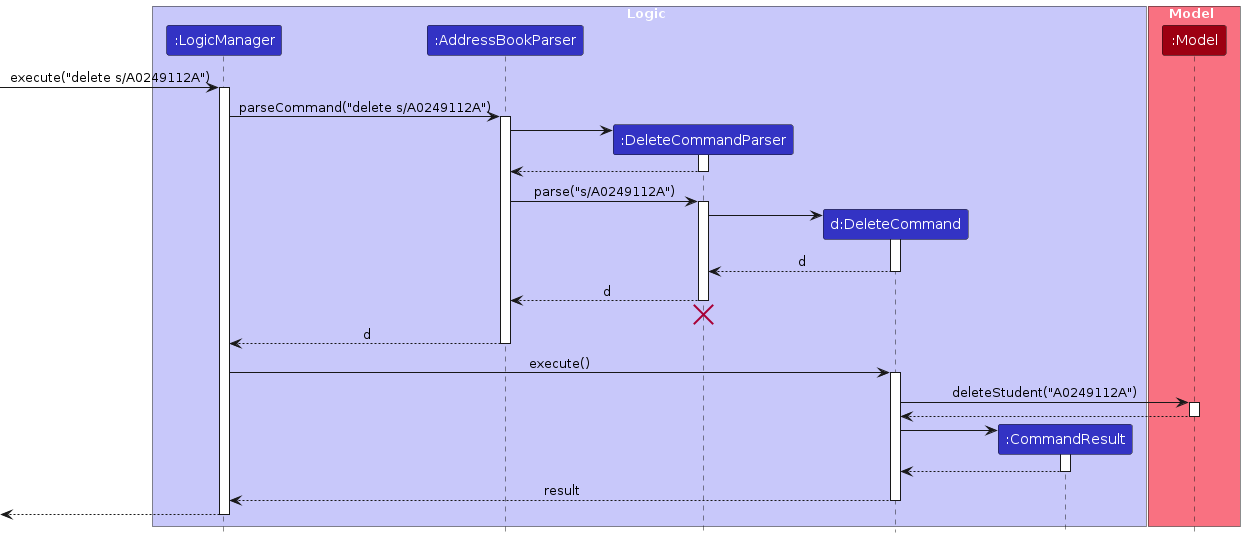
This is diagrams/DeleteSequenceDiagram.png from AY2324S1-CS2103T-T11-1/tp, a PlantUML export, as it was before one commit. Its source is kept beside it as diagrams/DeleteSequenceDiagram.puml.
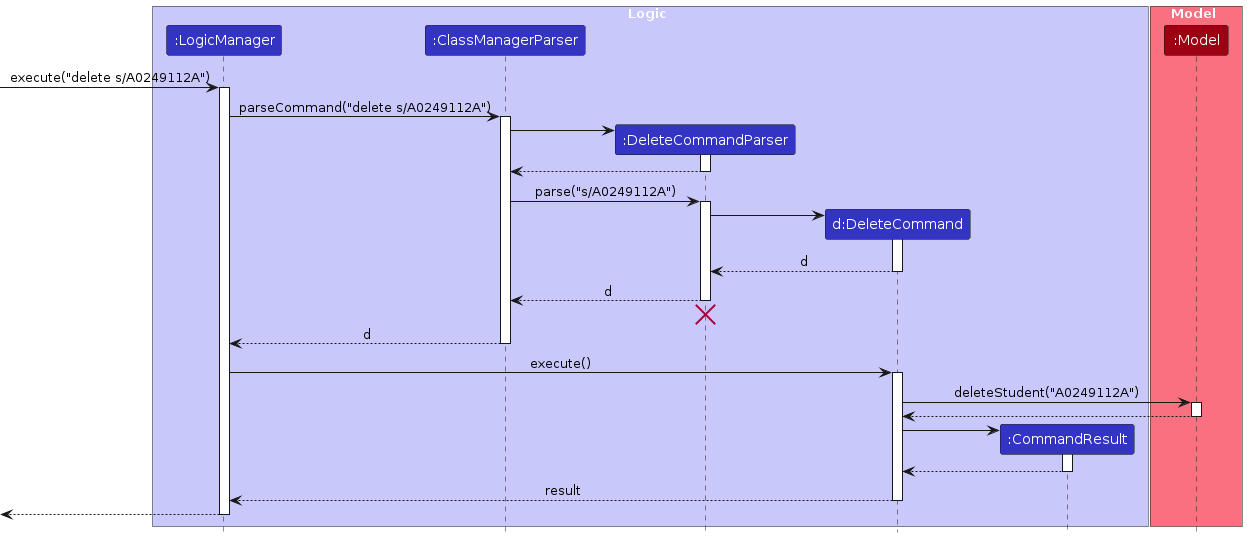
Above is the later version.

Diff of the diagram source:
```diff
@@ -4,7 +4,7 @@
 
 box Logic LOGIC_COLOR_T1
 participant ":LogicManager" as LogicManager LOGIC_COLOR
-participant ":AddressBookParser" as AddressBookParser LOGIC_COLOR
+participant ":ClassManagerParser" as ClassManagerParser LOGIC_COLOR
 participant ":DeleteCommandParser" as DeleteCommandParser LOGIC_COLOR
 participant "d:DeleteCommand" as DeleteCommand LOGIC_COLOR
 participant ":CommandResult" as CommandResult LOGIC_COLOR
@@ -17,17 +17,17 @@
 [-> LogicManager : execute("delete s/A0249112A")
 activate LogicManager
 
-LogicManager -> AddressBookParser : parseCommand("delete s/A0249112A")
-activate AddressBookParser
+LogicManager -> ClassManagerParser : parseCommand("delete s/A0249112A")
+activate ClassManagerParser
 
 create DeleteCommandParser
-AddressBookParser -> DeleteCommandParser
+ClassManagerParser -> DeleteCommandParser
 activate DeleteCommandParser
 
-DeleteCommandParser --> AddressBookParser
+DeleteCommandParser --> ClassManagerParser
 deactivate DeleteCommandParser
 
-AddressBookParser -> DeleteCommandParser : parse("s/A0249112A")
+ClassManagerParser -> DeleteCommandParser : parse("s/A0249112A")
 activate DeleteCommandParser
 
 create DeleteCommand
@@ -37,13 +37,13 @@
 DeleteCommand --> DeleteCommandParser : d
 deactivate DeleteCommand
 
-DeleteCommandParser --> AddressBookParser : d
+DeleteCommandParser --> ClassManagerParser : d
 deactivate DeleteCommandParser
-DeleteCommandParser -[hidden]-> AddressBookParser
+DeleteCommandParser -[hidden]-> ClassManagerParser
 destroy DeleteCommandParser
 
-AddressBookParser --> LogicManager : d
-deactivate AddressBookParser
+ClassManagerParser --> LogicManager : d
+deactivate ClassManagerParser
 
 LogicManager -> DeleteCommand : execute()
 activate DeleteCommand
```
